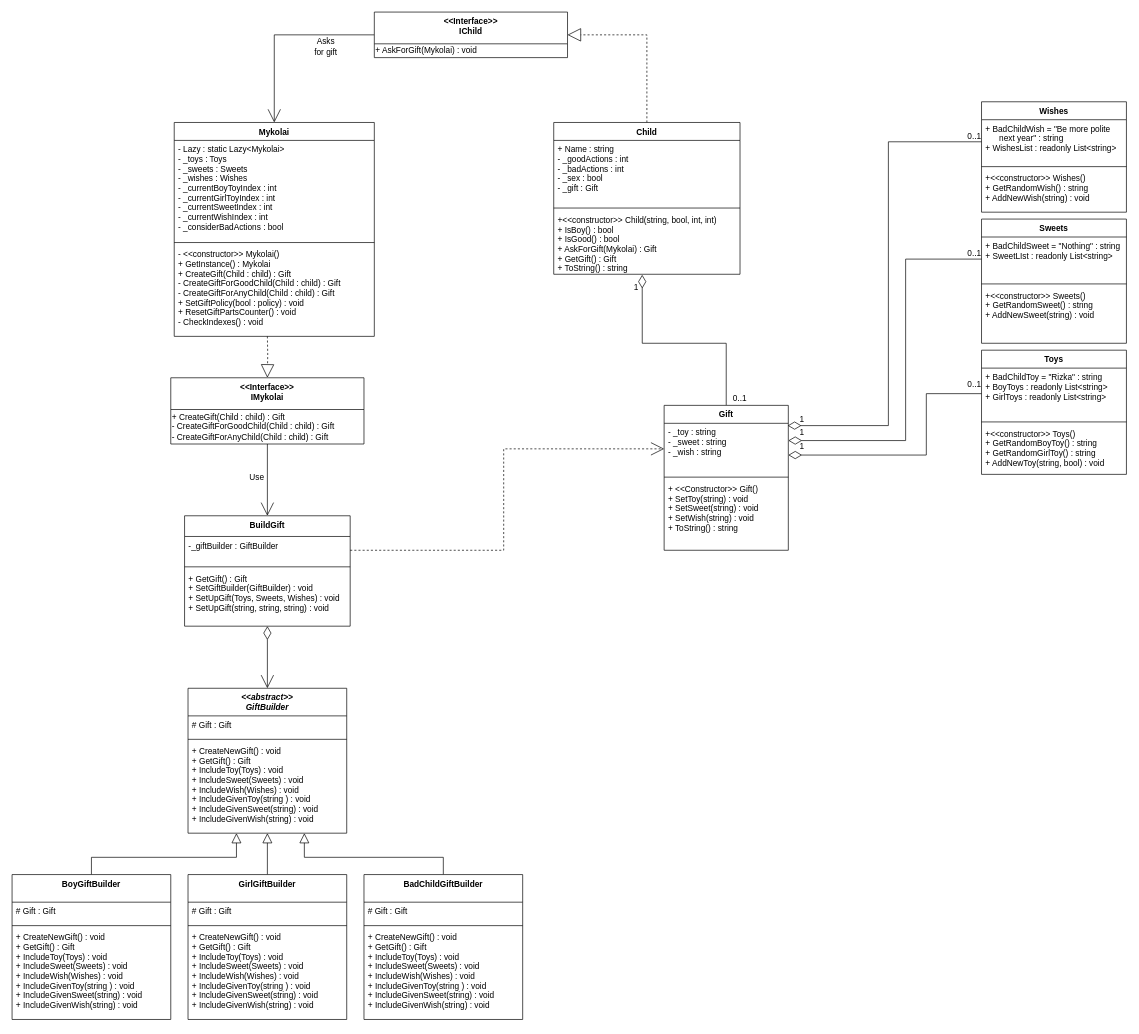
Before: Homework11/Task2/mykolaiUmlDiagram.drawio in myhailo14/SigmaPracticeTasks, a draw.io diagram. Source tidied: cells renumbered, new cells numbered last; positions are measured from the earlier drawing's top-left corner, leaving out a move shared by most shapes. Both pictures are drawn from the tidied source at 69%, with x=0, y=0 at pixel (12, 12).
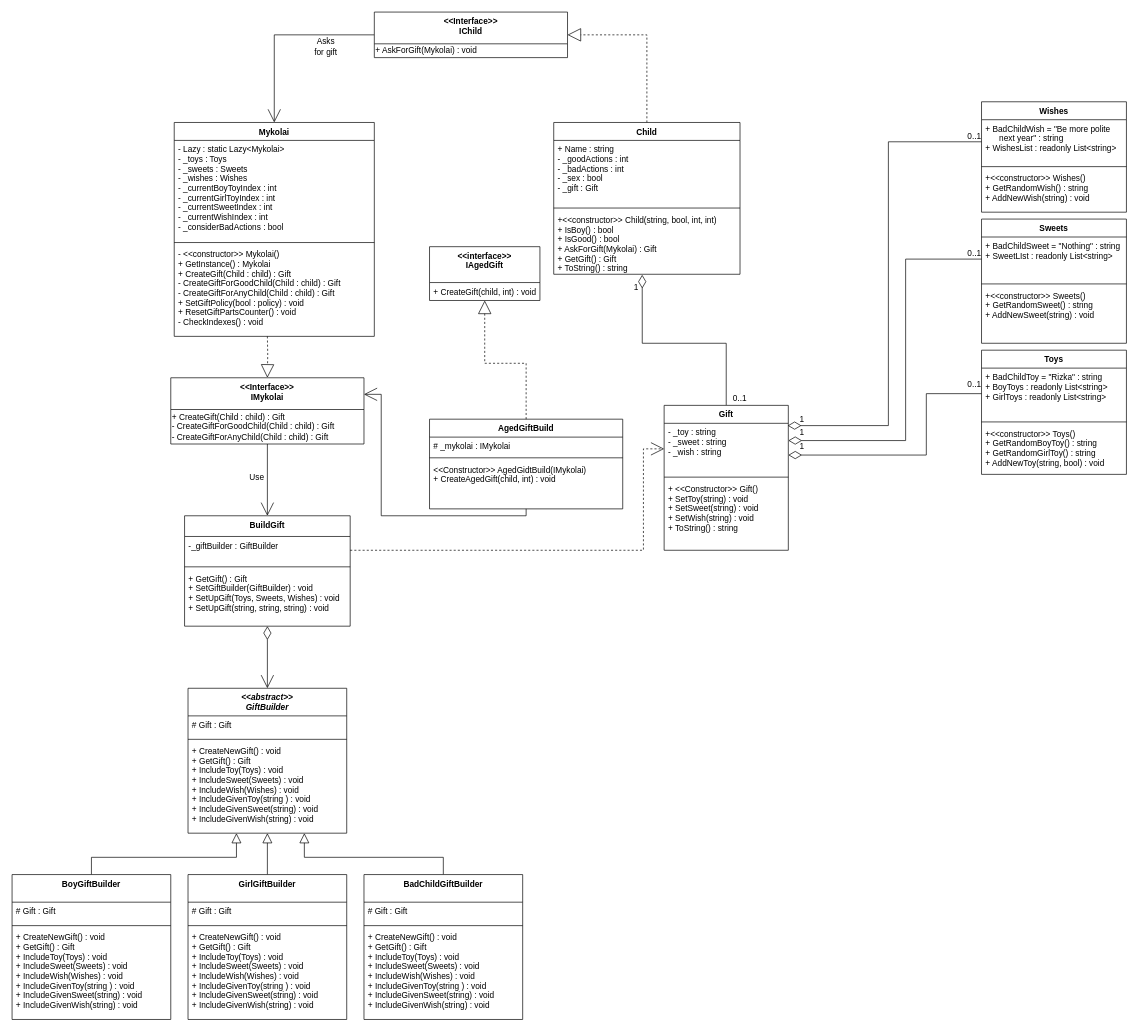
Above is the later version.

The change refers to these unchanged cells:
```xml
<mxCell id="13" value="-_giftBuilder : GiftBuilder" style="text;strokeColor=none;fillColor=none;align=left;verticalAlign=top;spacingLeft=4;spacingRight=4;overflow=hidden;points=[[0,0.5],[1,0.5]];portConstraint=eastwest;" parent="12" vertex="1">
  <mxGeometry y="30" width="240" height="40" as="geometry" />
</mxCell>
<mxCell id="38" value="- _toy : string&#10;- _sweet : string&#10;- _wish : string" style="text;strokeColor=none;fillColor=none;align=left;verticalAlign=top;spacingLeft=4;spacingRight=4;overflow=hidden;points=[[0,0.5],[1,0.5]];portConstraint=eastwest;" parent="37" vertex="1">
  <mxGeometry y="26" width="180" height="74" as="geometry" />
</mxCell>
<mxCell id="69" value="&lt;&lt;Interface&gt;&gt;&#10;IMykolai" style="swimlane;fontStyle=1;align=center;verticalAlign=top;horizontal=1;startSize=46;" parent="1" vertex="1">
  <mxGeometry x="230" y="530" width="280" height="96" as="geometry" />
</mxCell>
```

What changed in the source:
```diff
@@
     <mxCell id="11" style="edgeStyle=orthogonalEdgeStyle;rounded=0;jettySize=auto;html=1;exitX=1;exitY=0.5;exitDx=0;exitDy=0;startArrow=none;startFill=0;startSize=17;endArrow=open;endFill=0;endSize=17;strokeWidth=1;dashed=1;" parent="1" edge="1" source="13" target="38">
-      <mxGeometry relative="1" as="geometry" />
+      <mxGeometry relative="1" as="geometry">
+        <Array as="points">
+          <mxPoint x="915" y="780" />
+          <mxPoint x="915" y="633" />
+        </Array>
+      </mxGeometry>
     </mxCell>
@@
+    <mxCell id="73" value="AgedGiftBuild" style="swimlane;fontStyle=1;align=center;verticalAlign=top;horizontal=1;startSize=26;" parent="1" vertex="1">
+      <mxGeometry x="605" y="590" width="280" height="130" as="geometry" />
+    </mxCell>
+    <mxCell id="74" value="# _mykolai : IMykolai" style="text;strokeColor=none;fillColor=none;align=left;verticalAlign=top;spacingLeft=4;spacingRight=4;overflow=hidden;" parent="73" vertex="1">
+      <mxGeometry y="26" width="280" height="26" as="geometry" />
+    </mxCell>
+    <mxCell id="75" style="line;strokeWidth=1;fillColor=none;align=left;verticalAlign=middle;spacingTop=-1;spacingLeft=3;spacingRight=3;labelPosition=right;" parent="73" vertex="1">
+      <mxGeometry y="52" width="280" height="8" as="geometry" />
+    </mxCell>
+    <mxCell id="76" value="&lt;&lt;Constructor&gt;&gt; AgedGidtBuild(IMykolai)&#10;+ CreateAgedGift(child, int) : void" style="text;strokeColor=none;fillColor=none;align=left;verticalAlign=top;spacingLeft=4;spacingRight=4;overflow=hidden;points=[[0,0.5],[1,0.5]];portConstraint=eastwest;" parent="73" vertex="1">
+      <mxGeometry y="60" width="280" height="70" as="geometry" />
+    </mxCell>
+    <mxCell id="77" value="&lt;&lt;interface&gt;&gt;&#10;IAgedGift" style="swimlane;fontStyle=1;align=center;verticalAlign=top;horizontal=1;startSize=52;" parent="1" vertex="1">
+      <mxGeometry x="605" y="340" width="160" height="78" as="geometry" />
+    </mxCell>
+    <mxCell id="78" value="+ CreateGift(child, int) : void" style="text;strokeColor=none;fillColor=none;align=left;verticalAlign=top;spacingLeft=4;spacingRight=4;overflow=hidden;" parent="77" vertex="1">
+      <mxGeometry y="52" width="160" height="26" as="geometry" />
+    </mxCell>
+    <mxCell id="79" style="edgeStyle=orthogonalEdgeStyle;rounded=0;jettySize=auto;html=1;dashed=1;startArrow=none;startFill=0;startSize=17;endArrow=block;endFill=0;endSize=17;strokeWidth=1;exitX=0.5;exitY=0;exitDx=0;exitDy=0;" parent="1" edge="1" source="73" target="77">
+      <mxGeometry relative="1" as="geometry" />
+    </mxCell>
+    <mxCell id="80" style="edgeStyle=orthogonalEdgeStyle;rounded=0;jettySize=auto;html=1;entryX=1;entryY=0.25;entryDx=0;entryDy=0;startArrow=none;startFill=0;startSize=17;endArrow=open;endFill=0;endSize=17;strokeWidth=1;" parent="1" edge="1" source="76" target="69">
+      <mxGeometry relative="1" as="geometry">
+        <Array as="points">
+          <mxPoint x="745" y="730" />
+          <mxPoint x="535" y="730" />
+          <mxPoint x="535" y="554" />
+        </Array>
+      </mxGeometry>
+    </mxCell>
```
